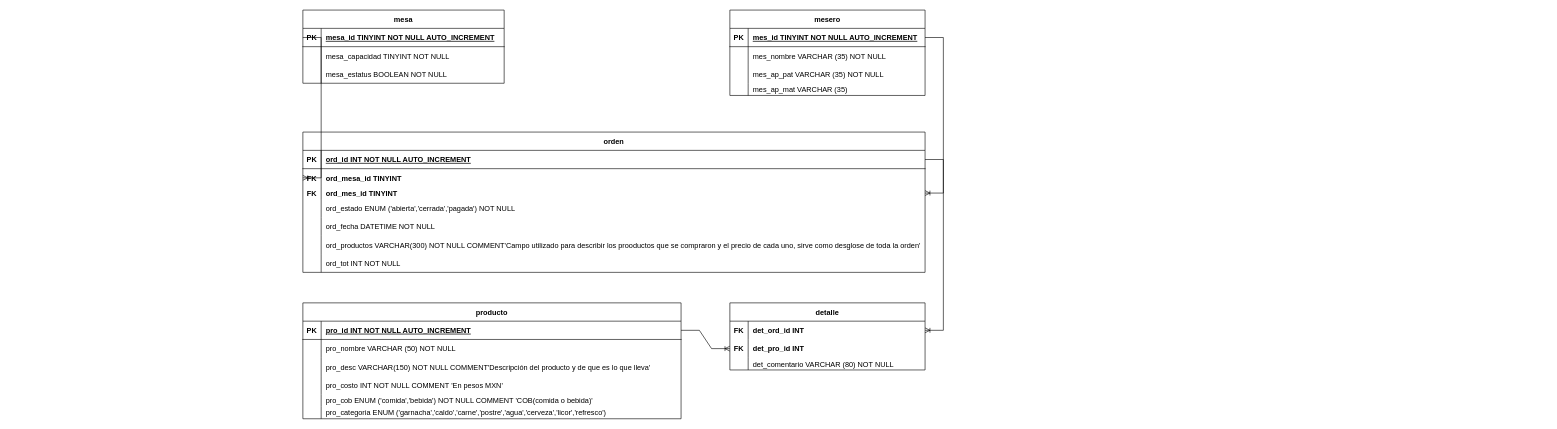
The draw.io diagram RESTAURANTE DIAGRAMA LML.drawio in JuanGdev/restaurante, before the edit. Source tidied: cells renumbered, new cells numbered last; positions are measured from the earlier drawing's top-left corner, leaving out a move shared by most shapes. Both pictures are drawn from the tidied source at 61%, with x=0, y=0 at pixel (303, 10).
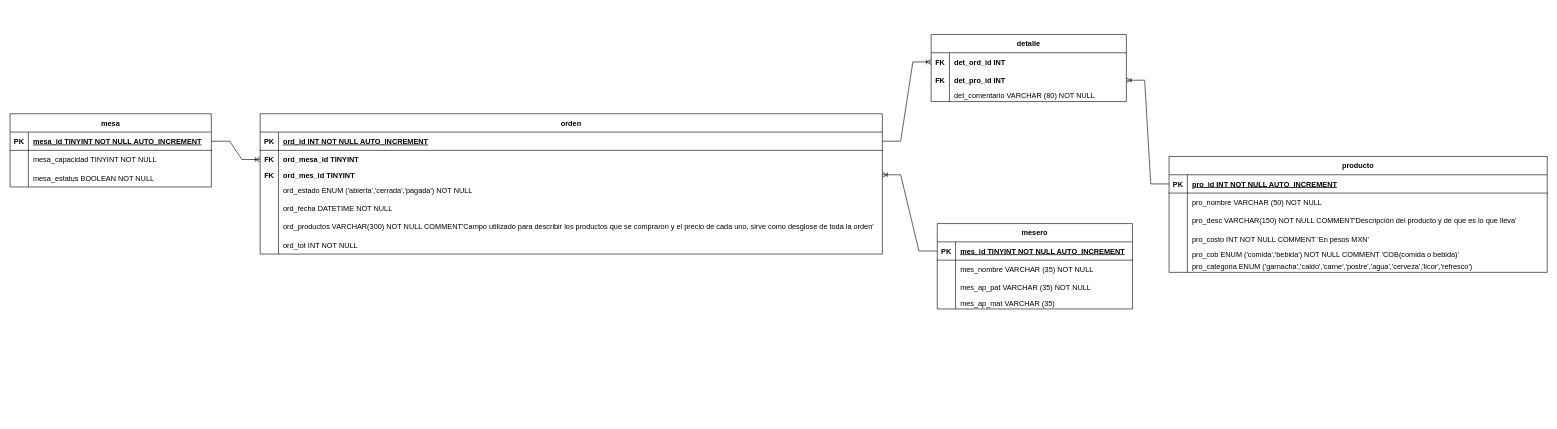
The same page after the edit.

Unchanged cells that the change refers to:
```xml
<mxCell id="3" style="shape=partialRectangle;fillColor=none;points=[[0,0.5],[1,0.5]];portConstraint=eastwest;top=0;left=0;right=0;bottom=1;" parent="2" vertex="1">
  <mxGeometry y="30" width="320" height="30" as="geometry" />
</mxCell>
<mxCell id="16" style="shape=partialRectangle;fillColor=none;points=[[0,0.5],[1,0.5]];portConstraint=eastwest;top=0;left=0;right=0;bottom=1;" parent="15" vertex="1">
  <mxGeometry y="30" width="620" height="30" as="geometry" />
</mxCell>
<mxCell id="35" style="shape=partialRectangle;fillColor=none;points=[[0,0.5],[1,0.5]];portConstraint=eastwest;top=0;left=0;right=0;bottom=1;" parent="34" vertex="1">
  <mxGeometry y="30" width="330" height="30" as="geometry" />
</mxCell>
<mxCell id="45" style="shape=partialRectangle;fillColor=none;points=[[0,0.5],[1,0.5]];portConstraint=eastwest;top=0;left=0;right=0;bottom=1;" parent="44" vertex="1">
  <mxGeometry y="30" width="1020" height="30" as="geometry" />
</mxCell>
<mxCell id="48" style="shape=partialRectangle;fillColor=none;points=[[0,0.5],[1,0.5]];portConstraint=eastwest;top=0;left=0;right=0;bottom=0;" parent="44" vertex="1">
  <mxGeometry y="60" width="1020" height="30" as="geometry" />
</mxCell>
<mxCell id="51" style="shape=partialRectangle;fillColor=none;points=[[0,0.5],[1,0.5]];portConstraint=eastwest;top=0;left=0;right=0;bottom=0;" parent="44" vertex="1">
  <mxGeometry y="90" width="1020" height="20" as="geometry" />
</mxCell>
<mxCell id="60" style="shape=partialRectangle;fillColor=none;top=0;left=0;right=0;bottom=0;" parent="44" vertex="1">
  <mxGeometry y="170" width="1020" height="30" as="geometry" />
</mxCell>
<mxCell id="67" style="shape=partialRectangle;fillColor=none;points=[[0,0.5],[1,0.5]];portConstraint=eastwest;top=0;left=0;right=0;bottom=0;fontStyle=1;" parent="66" vertex="1">
  <mxGeometry y="30" width="320" height="30" as="geometry" />
</mxCell>
<mxCell id="70" style="shape=partialRectangle;fillColor=none;points=[[0,0.5],[1,0.5]];portConstraint=eastwest;top=0;left=0;right=0;bottom=0;" parent="66" vertex="1">
  <mxGeometry y="60" width="320" height="30" as="geometry" />
</mxCell>
```

The edit, as a diff of the source:
```diff
@@
     <mxCell id="2" value="mesero" style="shape=table;startSize=30;childLayout=tableLayout;rowLines=0;fontStyle=1;align=center;" parent="1" vertex="1">
-      <mxGeometry x="700" width="320" height="140" as="geometry" />
+      <mxGeometry x="1040" y="350" width="320" height="140" as="geometry" />
     </mxCell>
@@
     <mxCell id="15" value="producto" style="shape=table;startSize=30;childLayout=tableLayout;rowLines=0;fontStyle=1;align=center;" parent="1" vertex="1">
-      <mxGeometry y="480" width="620" height="190" as="geometry" />
+      <mxGeometry x="1420" y="240" width="620" height="190" as="geometry" />
     </mxCell>
@@
     <mxCell id="34" value="mesa" style="shape=table;startSize=30;childLayout=tableLayout;rowLines=0;fontStyle=1;align=center;" parent="1" vertex="1">
-      <mxGeometry width="330" height="120" as="geometry" />
+      <mxGeometry x="-480" y="170" width="330" height="120" as="geometry" />
     </mxCell>
@@
     <mxCell id="44" value="orden" style="shape=table;startSize=30;childLayout=tableLayout;rowLines=0;fontStyle=1;align=center;" parent="1" vertex="1">
-      <mxGeometry y="200" width="1020" height="230" as="geometry" />
+      <mxGeometry x="-70" y="170" width="1020" height="230" as="geometry" />
     </mxCell>
@@
-    <mxCell id="62" value="ord_productos VARCHAR(300) NOT NULL COMMENT'Campo utilizado para describir los prooductos que se compraron y el precio de cada uno, sirve como desglose de toda la orden'" style="shape=partialRectangle;overflow=hidden;fillColor=none;top=0;left=0;bottom=0;right=0;align=left;spacingLeft=6;" parent="60" vertex="1">
+    <mxCell id="62" value="ord_productos VARCHAR(300) NOT NULL COMMENT'Campo utilizado para describir los productos que se compraron y el precio de cada uno, sirve como desglose de toda la orden'" style="shape=partialRectangle;overflow=hidden;fillColor=none;top=0;left=0;bottom=0;right=0;align=left;spacingLeft=6;" parent="60" vertex="1">
       <mxGeometry x="30" width="990" height="30" as="geometry" />
     </mxCell>
@@
     <mxCell id="66" value="detalle" style="shape=table;startSize=30;childLayout=tableLayout;rowLines=0;fontStyle=1;align=center;" parent="1" vertex="1">
-      <mxGeometry x="700" y="480" width="320" height="110" as="geometry" />
+      <mxGeometry x="1030" y="40" width="320" height="110" as="geometry" />
     </mxCell>
@@
-    <mxCell id="76" style="edgeStyle=entityRelationEdgeStyle;fontSize=12;html=1;endArrow=ERoneToMany;rounded=0;entryX=0;entryY=0.5;entryDx=0;entryDy=0;exitX=1;exitY=0.5;exitDx=0;exitDy=0;" parent="1" edge="1" source="16" target="70">
+    <mxCell id="76" style="edgeStyle=entityRelationEdgeStyle;fontSize=12;html=1;endArrow=ERoneToMany;rounded=0;entryX=1;entryY=0.5;entryDx=0;entryDy=0;exitX=0;exitY=0.5;exitDx=0;exitDy=0;" parent="1" edge="1" source="16" target="70">
       <mxGeometry relative="1" as="geometry" />
     </mxCell>
-    <mxCell id="77" style="edgeStyle=entityRelationEdgeStyle;fontSize=12;html=1;endArrow=ERoneToMany;rounded=0;entryX=0;entryY=0.5;entryDx=0;entryDy=0;exitX=0;exitY=0.5;exitDx=0;exitDy=0;" parent="1" edge="1" source="35" target="48">
+    <mxCell id="77" style="edgeStyle=entityRelationEdgeStyle;fontSize=12;html=1;endArrow=ERoneToMany;rounded=0;entryX=0;entryY=0.5;entryDx=0;entryDy=0;exitX=1;exitY=0.5;exitDx=0;exitDy=0;" parent="1" edge="1" source="35" target="48">
       <mxGeometry relative="1" as="geometry" />
     </mxCell>
-    <mxCell id="78" style="edgeStyle=entityRelationEdgeStyle;fontSize=12;html=1;endArrow=ERoneToMany;rounded=0;entryX=1;entryY=0.5;entryDx=0;entryDy=0;exitX=1;exitY=0.5;exitDx=0;exitDy=0;" parent="1" edge="1" source="3" target="51">
+    <mxCell id="78" style="edgeStyle=entityRelationEdgeStyle;fontSize=12;html=1;endArrow=ERoneToMany;rounded=0;entryX=1;entryY=0.5;entryDx=0;entryDy=0;exitX=0;exitY=0.5;exitDx=0;exitDy=0;" parent="1" edge="1" source="3" target="51">
       <mxGeometry relative="1" as="geometry" />
     </mxCell>
-    <mxCell id="79" style="edgeStyle=entityRelationEdgeStyle;fontSize=12;html=1;endArrow=ERoneToMany;rounded=0;entryX=1;entryY=0.5;entryDx=0;entryDy=0;exitX=1;exitY=0.5;exitDx=0;exitDy=0;" parent="1" edge="1" source="45" target="67">
+    <mxCell id="79" style="edgeStyle=entityRelationEdgeStyle;fontSize=12;html=1;endArrow=ERoneToMany;rounded=0;entryX=0;entryY=0.5;entryDx=0;entryDy=0;exitX=1;exitY=0.5;exitDx=0;exitDy=0;" parent="1" edge="1" source="45" target="67">
       <mxGeometry relative="1" as="geometry" />
     </mxCell>
```
